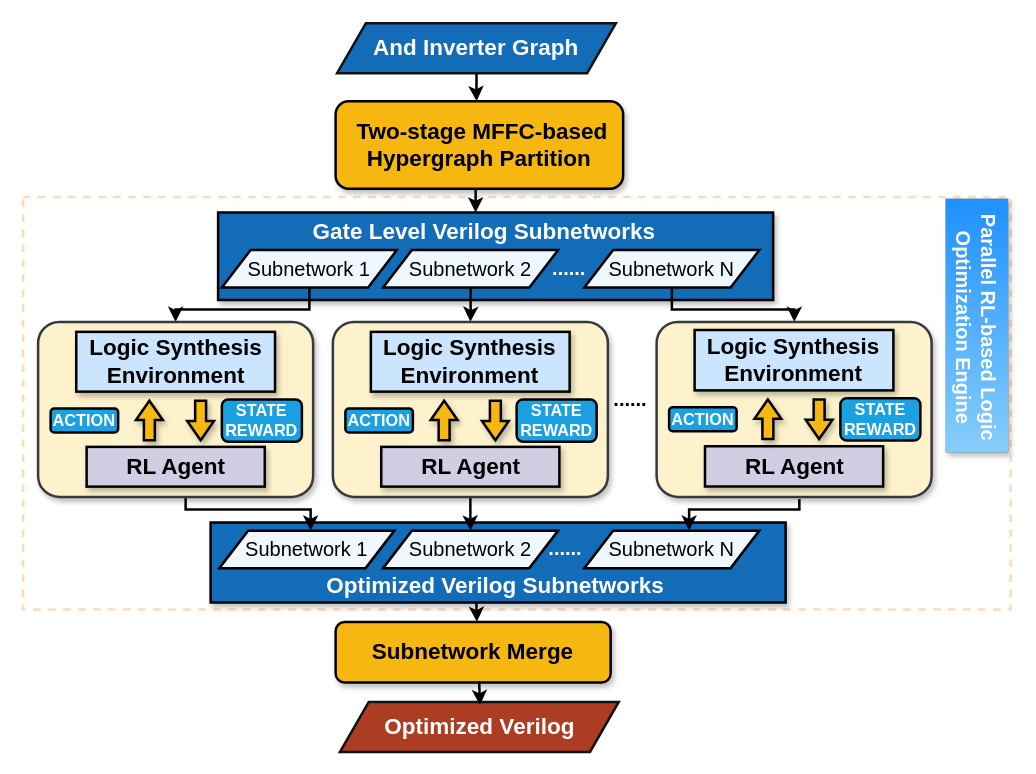
The draw.io diagram explorationEngine.drawio in kxzhu0505/LogicSynOpt, before the edit. Source tidied: cells renumbered, new cells numbered last; positions are measured from the earlier drawing's top-left corner, leaving out a move shared by most shapes. Both pictures are drawn from the tidied source at 125%, with x=0, y=0 at pixel (22, 22).
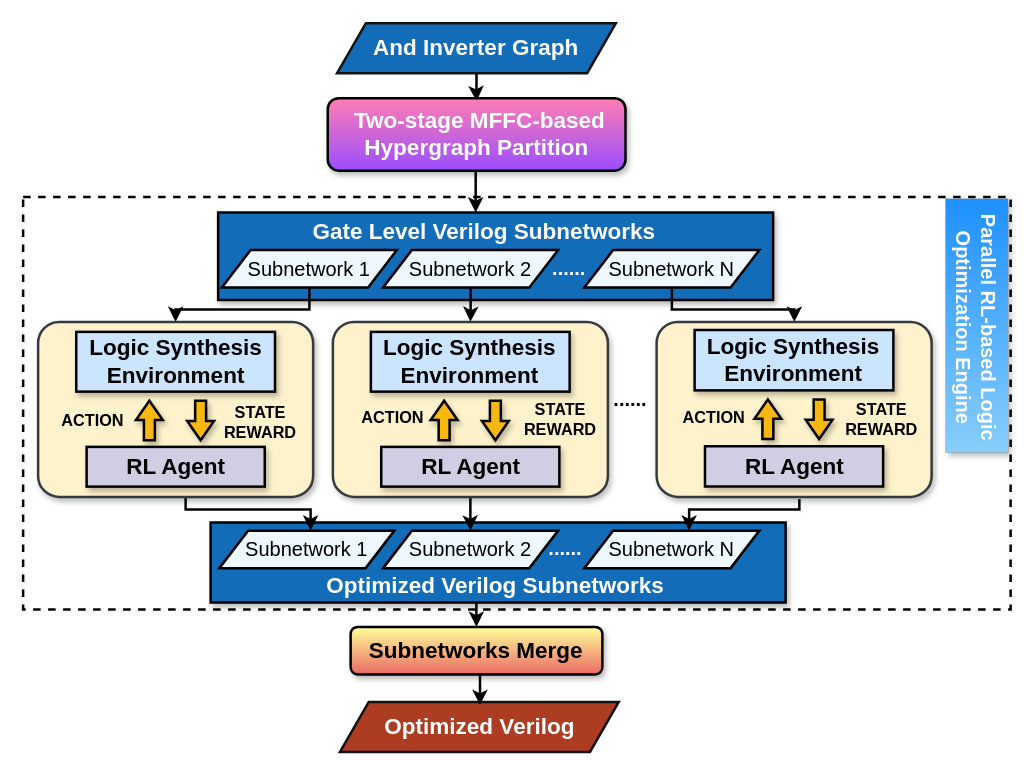
After the change.

Unchanged cells that the change refers to:
```xml
<mxCell id="28" value="&lt;b style=&quot;&quot;&gt;&lt;font color=&quot;#ffffff&quot; style=&quot;font-size: 18px;&quot;&gt;Optimized Verilog&lt;/font&gt;&lt;/b&gt;" style="shape=parallelogram;perimeter=parallelogramPerimeter;whiteSpace=wrap;html=1;fixedSize=1;size=23;fillColor=#ad3d22;strokeColor=#121212;strokeWidth=2;" parent="1" vertex="1">
  <mxGeometry x="253.5" y="543" width="223" height="40" as="geometry" />
</mxCell>
```

What changed in the source:
```diff
@@
-    <mxCell id="2" style="rounded=0;whiteSpace=wrap;html=1;fillColor=none;strokeWidth=2;dashed=1;strokeColor=#FFDAB9;" parent="1" vertex="1">
+    <mxCell id="2" style="rounded=0;whiteSpace=wrap;html=1;fillColor=none;strokeWidth=2;dashed=1;strokeColor=#000000;" parent="1" vertex="1">
       <mxGeometry y="139" width="790" height="330" as="geometry" />
     </mxCell>
@@
-    <mxCell id="7" style="edgeStyle=orthogonalEdgeStyle;rounded=0;orthogonalLoop=1;jettySize=auto;html=1;strokeWidth=2;exitX=0.5;exitY=1;exitDx=0;exitDy=0;" parent="1" edge="1">
+    <mxCell id="7" style="rounded=0;jettySize=auto;html=1;strokeWidth=2;exitX=0.497;exitY=0.953;exitDx=0;exitDy=0;exitPerimeter=0;" parent="1" edge="1" source="8">
       <mxGeometry relative="1" as="geometry">
-        <mxPoint x="365" y="129.5" as="sourcePoint" />
         <mxPoint x="362" y="151.5" as="targetPoint" />
       </mxGeometry>
     </mxCell>
-    <mxCell id="8" value="&lt;b&gt;&lt;font style=&quot;font-size: 18px;&quot;&gt;&amp;nbsp;Two-stage MFFC-based Hypergraph Partition&lt;/font&gt;&lt;/b&gt;" style="rounded=1;whiteSpace=wrap;html=1;fillColor=#f7b711;strokeColor=#000000;strokeWidth=2;shadow=1;" parent="1" vertex="1">
-      <mxGeometry x="250" y="62.5" width="230" height="70" as="geometry" />
-    </mxCell>
@@
-    <mxCell id="26" value="&lt;b&gt;&lt;font style=&quot;font-size: 18px;&quot;&gt;Subnetwork Merge&lt;/font&gt;&lt;/b&gt;" style="rounded=1;whiteSpace=wrap;html=1;fillColor=#f7b711;strokeColor=#000000;strokeWidth=2;shadow=1;" parent="1" vertex="1">
-      <mxGeometry x="250" y="479" width="220" height="48.5" as="geometry" />
-    </mxCell>
-    <mxCell id="27" style="edgeStyle=orthogonalEdgeStyle;rounded=0;orthogonalLoop=1;jettySize=auto;html=1;strokeWidth=2;exitX=0.5;exitY=1;exitDx=0;exitDy=0;" parent="1" edge="1">
+    <mxCell id="27" style="edgeStyle=orthogonalEdgeStyle;rounded=0;jettySize=auto;html=1;strokeWidth=2;exitX=0.5;exitY=1;exitDx=0;exitDy=0;entryX=0.5;entryY=0;entryDx=0;entryDy=0;" parent="1" edge="1" target="59">
       <mxGeometry relative="1" as="geometry">
         <mxPoint x="362.6" y="463.5" as="sourcePoint" />
-        <mxPoint x="363" y="479" as="targetPoint" />
+        <Array as="points">
+          <mxPoint x="363" y="471" />
+        </Array>
       </mxGeometry>
     </mxCell>
@@
-    <mxCell id="29" style="rounded=0;jettySize=auto;html=1;strokeWidth=2;exitX=0.522;exitY=0.974;exitDx=0;exitDy=0;entryX=0.502;entryY=0.064;entryDx=0;entryDy=0;entryPerimeter=0;exitPerimeter=0;" parent="1" edge="1" source="26" target="28">
+    <mxCell id="29" style="rounded=0;jettySize=auto;html=1;strokeWidth=2;exitX=0.514;exitY=1.005;exitDx=0;exitDy=0;entryX=0.502;entryY=0.064;entryDx=0;entryDy=0;entryPerimeter=0;exitPerimeter=0;" parent="1" edge="1" source="59" target="28">
       <mxGeometry relative="1" as="geometry" />
     </mxCell>
@@
-    <mxCell id="37" value="&lt;b style=&quot;font-size: 13px;&quot;&gt;ACTION&lt;/b&gt;" style="rounded=1;whiteSpace=wrap;html=1;fontSize=13;fillColor=#1ba1e2;fontColor=#ffffff;strokeColor=#000000;strokeWidth=2;" parent="1" vertex="1">
-      <mxGeometry x="257.8" y="308.3" width="54" height="19.2" as="geometry" />
-    </mxCell>
-    <mxCell id="38" value="&lt;b style=&quot;font-size: 13px;&quot;&gt;STATE&lt;/b&gt;&lt;div&gt;&lt;b style=&quot;font-size: 13px;&quot;&gt;REWARD&lt;/b&gt;&lt;/div&gt;" style="rounded=1;whiteSpace=wrap;html=1;fontSize=13;fillColor=#1ba1e2;fontColor=#ffffff;strokeColor=#000000;strokeWidth=2;" parent="1" vertex="1">
-      <mxGeometry x="394.8" y="301.1" width="64" height="33.7" as="geometry" />
-    </mxCell>
@@
-    <mxCell id="44" value="&lt;b style=&quot;font-size: 13px;&quot;&gt;ACTION&lt;/b&gt;" style="rounded=1;whiteSpace=wrap;html=1;fontSize=13;fillColor=#1ba1e2;fontColor=#ffffff;strokeColor=#000000;strokeWidth=2;" parent="1" vertex="1">
-      <mxGeometry x="22" y="308.3" width="54" height="19.2" as="geometry" />
-    </mxCell>
-    <mxCell id="45" value="&lt;b style=&quot;font-size: 13px;&quot;&gt;STATE&lt;/b&gt;&lt;div&gt;&lt;b style=&quot;font-size: 13px;&quot;&gt;REWARD&lt;/b&gt;&lt;/div&gt;" style="rounded=1;whiteSpace=wrap;html=1;fontSize=13;fillColor=#1ba1e2;fontColor=#ffffff;strokeColor=#000000;strokeWidth=2;" parent="1" vertex="1">
-      <mxGeometry x="159" y="301.1" width="64" height="33.7" as="geometry" />
-    </mxCell>
@@
-    <mxCell id="51" value="&lt;b style=&quot;font-size: 13px;&quot;&gt;ACTION&lt;/b&gt;" style="rounded=1;whiteSpace=wrap;html=1;fontSize=13;fillColor=#1ba1e2;fontColor=#ffffff;strokeColor=#000000;strokeWidth=2;" parent="1" vertex="1">
-      <mxGeometry x="516.8" y="307.3" width="54" height="19.2" as="geometry" />
-    </mxCell>
-    <mxCell id="52" value="&lt;b style=&quot;font-size: 13px;&quot;&gt;STATE&lt;/b&gt;&lt;div&gt;&lt;b style=&quot;font-size: 13px;&quot;&gt;REWARD&lt;/b&gt;&lt;/div&gt;" style="rounded=1;whiteSpace=wrap;html=1;fontSize=13;fillColor=#1ba1e2;fontColor=#ffffff;strokeColor=#000000;strokeWidth=2;" parent="1" vertex="1">
-      <mxGeometry x="653.8" y="300.1" width="64" height="33.7" as="geometry" />
-    </mxCell>
+    <mxCell id="53" value="&lt;b style=&quot;forced-color-adjust: none; font-family: Helvetica; font-size: 13px; font-style: normal; font-variant-ligatures: normal; font-variant-caps: normal; letter-spacing: normal; orphans: 2; text-align: center; text-indent: 0px; text-transform: none; widows: 2; word-spacing: 0px; -webkit-text-stroke-width: 0px; white-space: normal; text-decoration-thickness: initial; text-decoration-style: initial; text-decoration-color: initial;&quot;&gt;ACTION&lt;/b&gt;" style="text;whiteSpace=wrap;html=1;fillColor=none;" parent="1" vertex="1">
+      <mxGeometry x="29" y="303.5" width="80" height="40" as="geometry" />
+    </mxCell>
+    <mxCell id="54" value="&lt;b style=&quot;font-size: 13px;&quot;&gt;STATE&lt;/b&gt;&lt;div style=&quot;font-size: 13px;&quot;&gt;&lt;b style=&quot;&quot;&gt;REWARD&lt;/b&gt;&lt;/div&gt;" style="text;whiteSpace=wrap;html=1;fillColor=none;fontStyle=0;align=center;" parent="1" vertex="1">
+      <mxGeometry x="150" y="296.9" width="80" height="40" as="geometry" />
+    </mxCell>
+    <mxCell id="55" value="&lt;b style=&quot;forced-color-adjust: none; font-family: Helvetica; font-size: 13px; font-style: normal; font-variant-ligatures: normal; font-variant-caps: normal; letter-spacing: normal; orphans: 2; text-align: center; text-indent: 0px; text-transform: none; widows: 2; word-spacing: 0px; -webkit-text-stroke-width: 0px; white-space: normal; text-decoration-thickness: initial; text-decoration-style: initial; text-decoration-color: initial;&quot;&gt;ACTION&lt;/b&gt;" style="text;whiteSpace=wrap;html=1;fillColor=none;" parent="1" vertex="1">
+      <mxGeometry x="269" y="301.4" width="80" height="40" as="geometry" />
+    </mxCell>
+    <mxCell id="56" value="&lt;b style=&quot;font-size: 13px;&quot;&gt;STATE&lt;/b&gt;&lt;div style=&quot;font-size: 13px;&quot;&gt;&lt;b style=&quot;&quot;&gt;REWARD&lt;/b&gt;&lt;/div&gt;" style="text;whiteSpace=wrap;html=1;fillColor=none;fontStyle=0;align=center;" parent="1" vertex="1">
+      <mxGeometry x="390" y="294.8" width="80" height="40" as="geometry" />
+    </mxCell>
+    <mxCell id="57" value="&lt;b style=&quot;forced-color-adjust: none; font-family: Helvetica; font-size: 13px; font-style: normal; font-variant-ligatures: normal; font-variant-caps: normal; letter-spacing: normal; orphans: 2; text-align: center; text-indent: 0px; text-transform: none; widows: 2; word-spacing: 0px; -webkit-text-stroke-width: 0px; white-space: normal; text-decoration-thickness: initial; text-decoration-style: initial; text-decoration-color: initial;&quot;&gt;ACTION&lt;/b&gt;" style="text;whiteSpace=wrap;html=1;fillColor=none;" parent="1" vertex="1">
+      <mxGeometry x="525.8" y="301.4" width="80" height="40" as="geometry" />
+    </mxCell>
+    <mxCell id="58" value="&lt;b style=&quot;font-size: 13px;&quot;&gt;STATE&lt;/b&gt;&lt;div style=&quot;font-size: 13px;&quot;&gt;&lt;b style=&quot;&quot;&gt;REWARD&lt;/b&gt;&lt;/div&gt;" style="text;whiteSpace=wrap;html=1;fillColor=none;fontStyle=0;align=center;" parent="1" vertex="1">
+      <mxGeometry x="646.8" y="294.8" width="80" height="40" as="geometry" />
+    </mxCell>
+    <mxCell id="8" value="&lt;b style=&quot;&quot;&gt;&lt;font style=&quot;font-size: 18px;&quot;&gt;&amp;nbsp;Two-stage MFFC-based Hypergraph Partition&lt;/font&gt;&lt;/b&gt;" style="rounded=1;whiteSpace=wrap;html=1;fillColor=#FF7EB3;strokeColor=#000000;strokeWidth=2;shadow=1;fontColor=#ffffff;gradientColor=#9A4DFF;" parent="1" vertex="1">
+      <mxGeometry x="243.7" y="60" width="238.2" height="58" as="geometry" />
+    </mxCell>
+    <mxCell id="59" value="&lt;b style=&quot;&quot;&gt;&lt;font style=&quot;font-size: 18px;&quot;&gt;Subnetworks Merge&lt;/font&gt;&lt;/b&gt;" style="rounded=1;whiteSpace=wrap;html=1;fillColor=#FFFF99;strokeColor=#000000;strokeWidth=2;shadow=1;gradientColor=#EA6B66;" parent="1" vertex="1">
+      <mxGeometry x="262" y="483" width="201.4" height="38" as="geometry" />
+    </mxCell>
```
